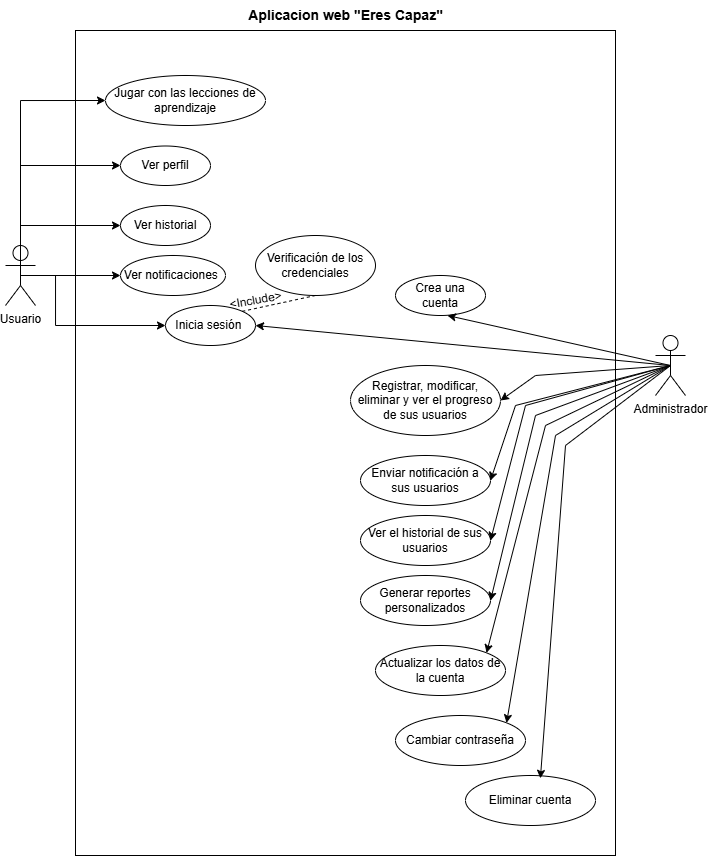
Above: docs/Diagrama de casos de uso.png in YaneriPerdomo/spaceN (draw.io), before the change. Source tidied: cells renumbered, new cells last; positions are measured from the earlier drawing's top-left corner, leaving out a move shared by most shapes.
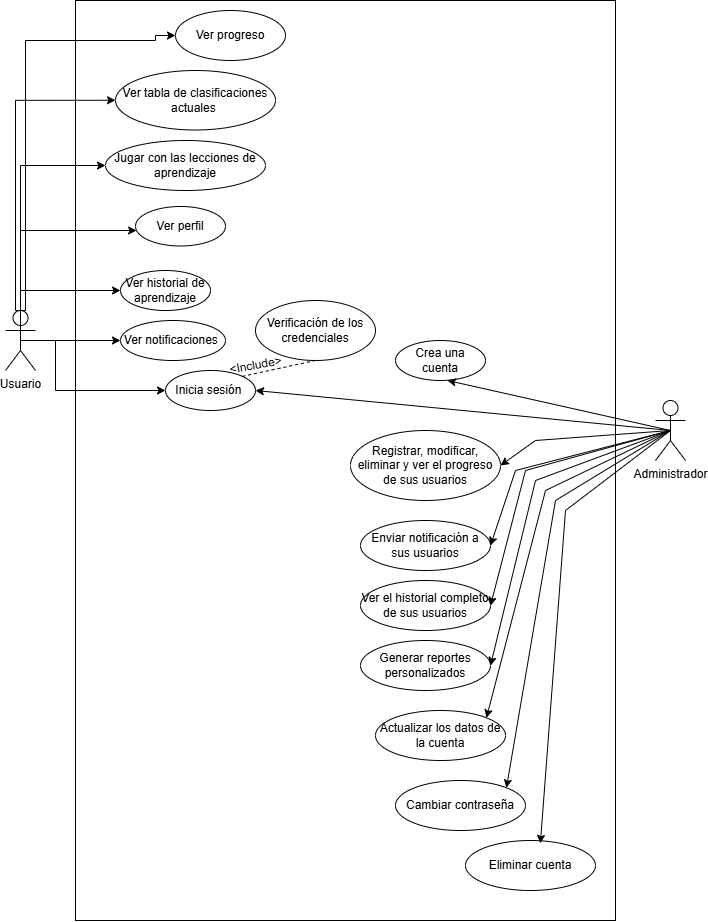
Above is the later version.

Change to the diagram source:
```diff
@@ -3,7 +3,7 @@
     <mxCell id="0" />
     <mxCell id="1" parent="0" />
     <mxCell id="2" style="rounded=0;whiteSpace=wrap;html=1;" parent="1" vertex="1">
-      <mxGeometry x="70" y="30" width="540" height="825" as="geometry" />
+      <mxGeometry x="70" y="-65" width="540" height="920" as="geometry" />
     </mxCell>
     <mxCell id="3" style="edgeStyle=orthogonalEdgeStyle;rounded=0;jettySize=auto;html=1;exitX=0.5;exitY=0.5;exitDx=0;exitDy=0;exitPerimeter=0;" parent="1" edge="1" source="4" target="6">
       <mxGeometry relative="1" as="geometry">
@@ -19,9 +19,9 @@
       <mxGeometry x="100" y="75" width="160" height="50" as="geometry" />
     </mxCell>
     <mxCell id="6" value="Ver perfil" style="ellipse;whiteSpace=wrap;html=1;" parent="1" vertex="1">
-      <mxGeometry x="115" y="145.5" width="90" height="39.5" as="geometry" />
+      <mxGeometry x="130" y="141" width="90" height="39.5" as="geometry" />
     </mxCell>
-    <mxCell id="7" value="Ver historial" style="ellipse;whiteSpace=wrap;html=1;" parent="1" vertex="1">
+    <mxCell id="7" value="Ver historial de aprendizaje" style="ellipse;whiteSpace=wrap;html=1;" parent="1" vertex="1">
       <mxGeometry x="115" y="205" width="90" height="40" as="geometry" />
     </mxCell>
     <mxCell id="8" style="edgeStyle=orthogonalEdgeStyle;rounded=0;jettySize=auto;html=1;exitX=0.5;exitY=0.5;exitDx=0;exitDy=0;exitPerimeter=0;entryX=0;entryY=0.5;entryDx=0;entryDy=0;" parent="1" edge="1" source="4" target="7">
@@ -82,7 +82,7 @@
     <mxCell id="22" value="Generar reportes&lt;div&gt;personalizados&lt;/div&gt;" style="ellipse;whiteSpace=wrap;html=1;" parent="1" vertex="1">
       <mxGeometry x="355" y="575" width="130" height="50" as="geometry" />
     </mxCell>
-    <mxCell id="23" value="Ver el historial de sus usuarios" style="ellipse;whiteSpace=wrap;html=1;" parent="1" vertex="1">
+    <mxCell id="23" value="Ver el historial completo de sus usuarios" style="ellipse;whiteSpace=wrap;html=1;" parent="1" vertex="1">
       <mxGeometry x="355" y="515" width="130" height="50" as="geometry" />
     </mxCell>
     <mxCell id="24" value="Enviar notificación a sus usuarios" style="ellipse;whiteSpace=wrap;html=1;" parent="1" vertex="1">
@@ -146,8 +146,29 @@
         </Array>
       </mxGeometry>
     </mxCell>
-    <mxCell id="35" value="&lt;font style=&quot;font-size: 14px;&quot;&gt;&lt;b&gt;Aplicacion web &quot;Eres Capaz&quot;&lt;/b&gt;&lt;/font&gt;" style="text;html=1;align=center;verticalAlign=middle;strokeColor=none;fillColor=none;" parent="1" vertex="1">
-      <mxGeometry x="230" width="220" height="30" as="geometry" />
-    </mxCell>
+    <mxCell id="36" value="Ver progreso" style="ellipse;whiteSpace=wrap;html=1;" parent="1" vertex="1">
+      <mxGeometry x="170" y="-55" width="110" height="50" as="geometry" />
+    </mxCell>
+    <mxCell id="37" value="Ver tabla de&amp;nbsp;&lt;span style=&quot;background-color: initial;&quot;&gt;clasificaciones actuales&amp;nbsp;&lt;/span&gt;" style="ellipse;whiteSpace=wrap;html=1;" parent="1" vertex="1">
+      <mxGeometry x="110" y="5" width="160" height="59.5" as="geometry" />
+    </mxCell>
+    <mxCell id="38" style="edgeStyle=orthogonalEdgeStyle;rounded=0;jettySize=auto;html=1;entryX=0;entryY=0.5;entryDx=0;entryDy=0;" parent="1" edge="1" target="37">
+      <mxGeometry relative="1" as="geometry">
+        <mxPoint x="20" y="245" as="sourcePoint" />
+        <Array as="points">
+          <mxPoint x="10" y="245" />
+          <mxPoint x="10" y="35" />
+        </Array>
+      </mxGeometry>
+    </mxCell>
+    <mxCell id="39" style="edgeStyle=orthogonalEdgeStyle;rounded=0;jettySize=auto;html=1;entryX=0;entryY=0.5;entryDx=0;entryDy=0;" parent="1" edge="1" target="36">
+      <mxGeometry relative="1" as="geometry">
+        <mxPoint x="20" y="245" as="sourcePoint" />
+        <Array as="points">
+          <mxPoint x="20" y="-25" />
+          <mxPoint x="150" y="-25" />
+        </Array>
+      </mxGeometry>
+    </mxCell>
   </root>
 </mxGraphModel>
```
